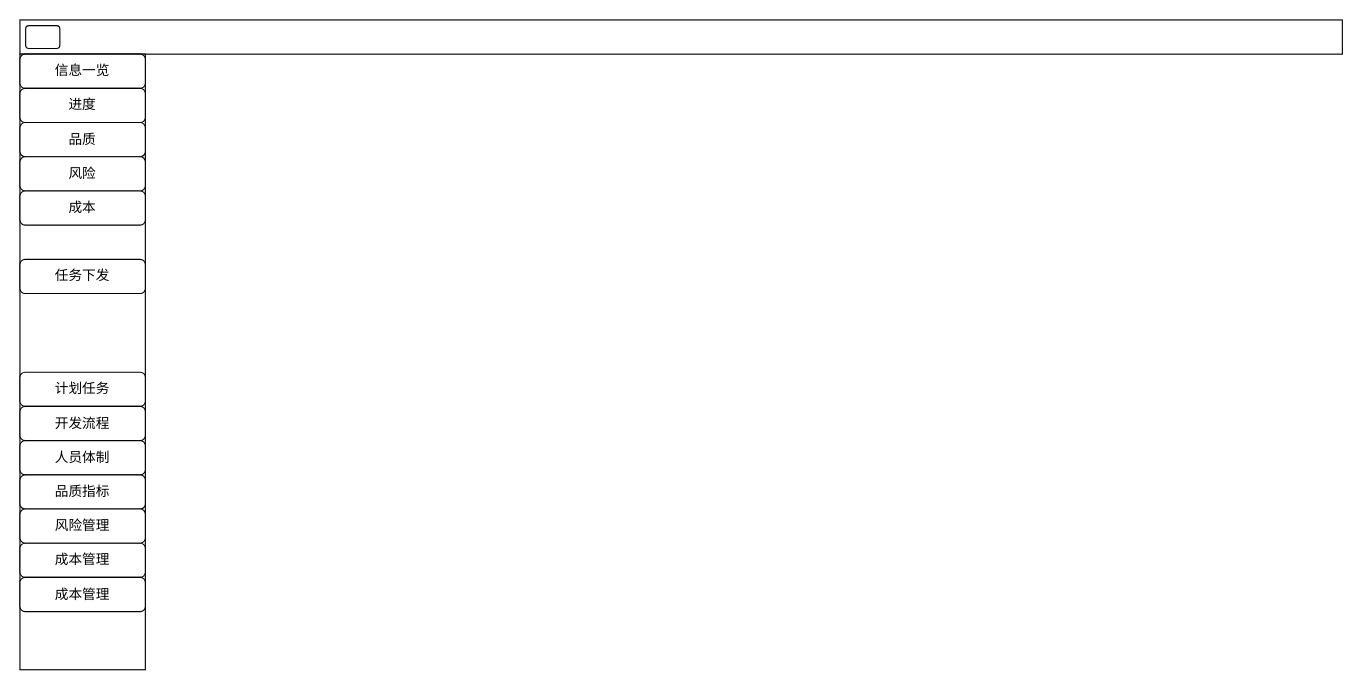
This is page "pm-project-detail" (3 of 11) of project-in-action/software-develop-management-system/doc/design/ui/sdms.drawio from callistoctopus/project-all-in-one, a draw.io file, before an edit. Source tidied: cells renumbered, new cells numbered last; positions are measured from the earlier drawing's top-left corner, leaving out a move shared by most shapes. Both pictures are drawn from the tidied source at 114%, with x=0, y=0 at pixel (19, 19).
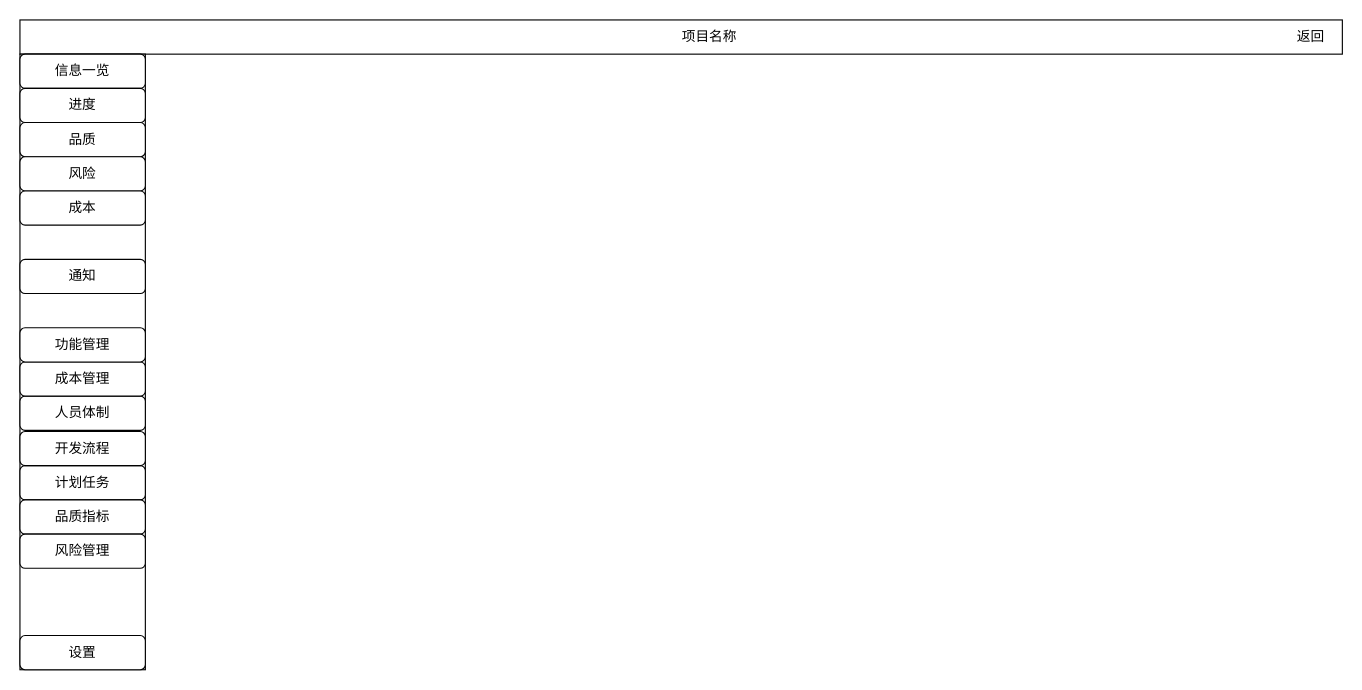
The same page after the edit.

Diff of the diagram source:
```diff
@@
 <mxGraphModel>
   <root>
     <mxCell id="0" />
     <mxCell id="1" parent="0" />
     <mxCell id="2" style="whiteSpace=wrap;html=1;" parent="1" vertex="1">
       <mxGeometry width="1160" height="30" as="geometry" />
     </mxCell>
-    <mxCell id="3" style="rounded=1;whiteSpace=wrap;html=1;" parent="1" vertex="1">
-      <mxGeometry x="5" y="5" width="30" height="20" as="geometry" />
-    </mxCell>
     <mxCell id="4" style="rounded=0;whiteSpace=wrap;html=1;" parent="1" vertex="1">
       <mxGeometry y="30" width="110" height="540" as="geometry" />
     </mxCell>
     <mxCell id="5" value="信息一览" style="rounded=1;whiteSpace=wrap;html=1;" parent="1" vertex="1">
       <mxGeometry y="30" width="110" height="30" as="geometry" />
     </mxCell>
     <mxCell id="6" value="计划任务" style="rounded=1;whiteSpace=wrap;html=1;" parent="1" vertex="1">
-      <mxGeometry y="309" width="110" height="30" as="geometry" />
+      <mxGeometry y="391" width="110" height="30" as="geometry" />
     </mxCell>
     <mxCell id="7" value="进度" style="rounded=1;whiteSpace=wrap;html=1;" parent="1" vertex="1">
       <mxGeometry y="60" width="110" height="30" as="geometry" />
     </mxCell>
     <mxCell id="8" value="品质" style="rounded=1;whiteSpace=wrap;html=1;" parent="1" vertex="1">
       <mxGeometry y="90" width="110" height="30" as="geometry" />
     </mxCell>
     <mxCell id="9" value="风险" style="rounded=1;whiteSpace=wrap;html=1;" parent="1" vertex="1">
       <mxGeometry y="120" width="110" height="30" as="geometry" />
     </mxCell>
     <mxCell id="10" value="成本" style="rounded=1;whiteSpace=wrap;html=1;" parent="1" vertex="1">
       <mxGeometry y="150" width="110" height="30" as="geometry" />
     </mxCell>
     <mxCell id="11" value="开发流程" style="rounded=1;whiteSpace=wrap;html=1;" parent="1" vertex="1">
-      <mxGeometry y="339" width="110" height="30" as="geometry" />
+      <mxGeometry y="361" width="110" height="30" as="geometry" />
     </mxCell>
     <mxCell id="12" value="人员体制" style="rounded=1;whiteSpace=wrap;html=1;" parent="1" vertex="1">
-      <mxGeometry y="369" width="110" height="30" as="geometry" />
+      <mxGeometry y="330" width="110" height="30" as="geometry" />
     </mxCell>
     <mxCell id="13" value="品质指标" style="rounded=1;whiteSpace=wrap;html=1;" parent="1" vertex="1">
-      <mxGeometry y="399" width="110" height="30" as="geometry" />
+      <mxGeometry y="421" width="110" height="30" as="geometry" />
     </mxCell>
     <mxCell id="14" value="风险管理" style="rounded=1;whiteSpace=wrap;html=1;" parent="1" vertex="1">
-      <mxGeometry y="429" width="110" height="30" as="geometry" />
+      <mxGeometry y="451" width="110" height="30" as="geometry" />
     </mxCell>
-    <mxCell id="15" value="成本管理" style="rounded=1;whiteSpace=wrap;html=1;" parent="1" vertex="1">
-      <mxGeometry y="459" width="110" height="30" as="geometry" />
-    </mxCell>
     <mxCell id="16" value="成本管理" style="rounded=1;whiteSpace=wrap;html=1;" parent="1" vertex="1">
-      <mxGeometry y="489" width="110" height="30" as="geometry" />
+      <mxGeometry y="300" width="110" height="30" as="geometry" />
     </mxCell>
-    <mxCell id="17" value="任务下发" style="rounded=1;whiteSpace=wrap;html=1;" parent="1" vertex="1">
+    <mxCell id="17" value="通知" style="rounded=1;whiteSpace=wrap;html=1;" parent="1" vertex="1">
       <mxGeometry y="210" width="110" height="30" as="geometry" />
     </mxCell>
+    <mxCell id="18" value="设置" style="rounded=1;whiteSpace=wrap;html=1;" parent="1" vertex="1">
+      <mxGeometry y="540" width="110" height="30" as="geometry" />
+    </mxCell>
+    <mxCell id="19" value="返回" style="text;html=1;strokeColor=none;fillColor=none;align=center;verticalAlign=middle;whiteSpace=wrap;rounded=0;" parent="1" vertex="1">
+      <mxGeometry x="1105" y="5" width="55" height="20" as="geometry" />
+    </mxCell>
+    <mxCell id="20" value="项目名称" style="text;html=1;strokeColor=none;fillColor=none;align=center;verticalAlign=middle;whiteSpace=wrap;rounded=0;" parent="1" vertex="1">
+      <mxGeometry x="530" y="5" width="150" height="20" as="geometry" />
+    </mxCell>
+    <mxCell id="21" value="功能管理" style="rounded=1;whiteSpace=wrap;html=1;" parent="1" vertex="1">
+      <mxGeometry y="270" width="110" height="30" as="geometry" />
+    </mxCell>
   </root>
 </mxGraphModel>
```
